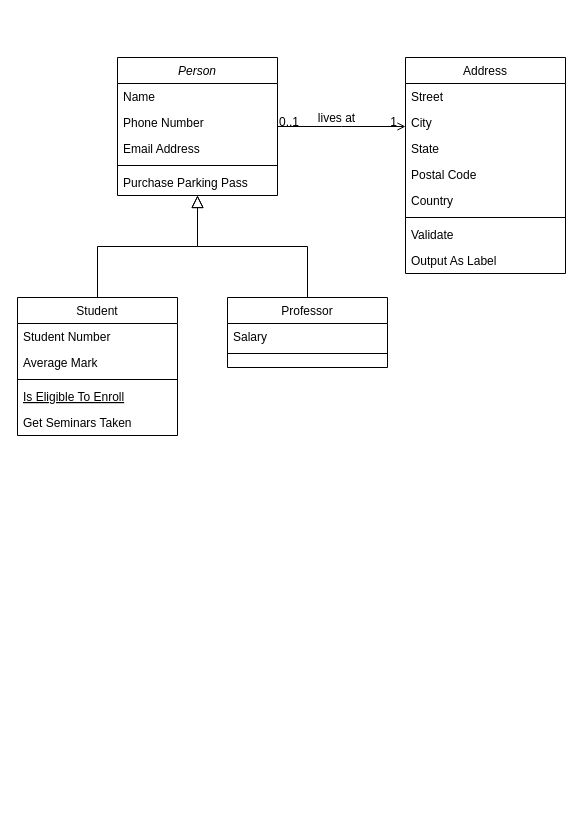
The draw.io diagram Class-Diagram-Perpus-Digital.drawio in mirnatriani/perpus_digital-TEFA, before the edit. Source tidied: cells renumbered, new cells numbered last; positions are measured from the earlier drawing's top-left corner, leaving out a move shared by most shapes. Both pictures are drawn from the tidied source at 100%, with x=0, y=0 at pixel (17, 57).
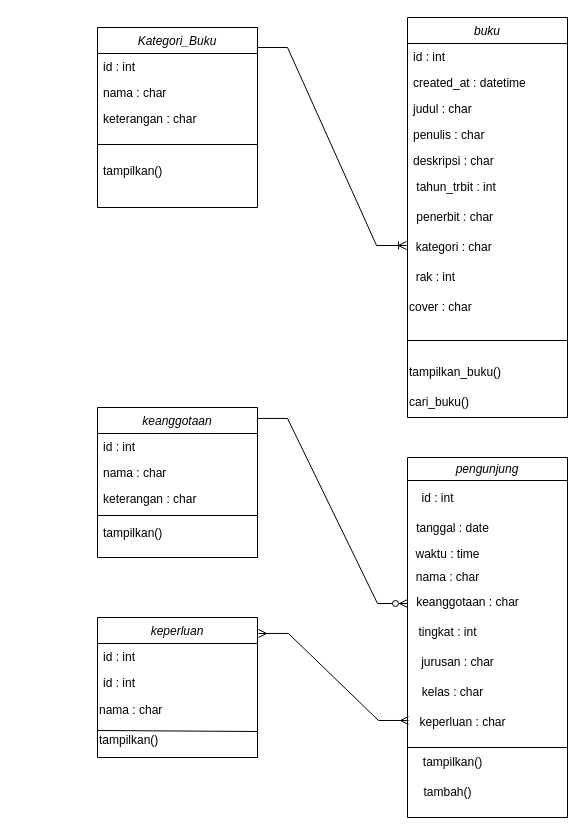
Above is the later version.

Diff of the diagram source:
```diff
@@
-    <mxCell id="2" value="Person" style="swimlane;fontStyle=2;align=center;verticalAlign=top;horizontal=1;startSize=26;rounded=0;shadow=0;strokeWidth=1;" parent="1" vertex="1">
-      <mxGeometry x="100" width="160" height="138" as="geometry" />
+    <mxCell id="2" value="Kategori_Buku" style="swimlane;fontStyle=2;align=center;verticalAlign=top;horizontal=1;startSize=26;rounded=0;shadow=0;strokeWidth=1;" parent="1" vertex="1">
+      <mxGeometry x="80" y="-30" width="160" height="180" as="geometry" />
     </mxCell>
-    <mxCell id="3" value="Name" style="text;align=left;verticalAlign=top;spacingLeft=4;spacingRight=4;overflow=hidden;points=[[0,0.5],[1,0.5]];portConstraint=eastwest;" parent="2" vertex="1">
+    <mxCell id="3" value="id : int" style="text;align=left;verticalAlign=top;spacingLeft=4;spacingRight=4;overflow=hidden;points=[[0,0.5],[1,0.5]];portConstraint=eastwest;" parent="2" vertex="1">
       <mxGeometry y="26" width="160" height="26" as="geometry" />
     </mxCell>
-    <mxCell id="4" value="Phone Number" style="text;align=left;verticalAlign=top;spacingLeft=4;spacingRight=4;overflow=hidden;rounded=0;shadow=0;html=0;" parent="2" vertex="1">
+    <mxCell id="4" value="nama : char" style="text;align=left;verticalAlign=top;spacingLeft=4;spacingRight=4;overflow=hidden;rounded=0;shadow=0;html=0;" parent="2" vertex="1">
       <mxGeometry y="52" width="160" height="26" as="geometry" />
     </mxCell>
-    <mxCell id="5" value="Email Address" style="text;align=left;verticalAlign=top;spacingLeft=4;spacingRight=4;overflow=hidden;rounded=0;shadow=0;html=0;" parent="2" vertex="1">
+    <mxCell id="5" value="keterangan : char" style="text;align=left;verticalAlign=top;spacingLeft=4;spacingRight=4;overflow=hidden;rounded=0;shadow=0;html=0;" parent="2" vertex="1">
       <mxGeometry y="78" width="160" height="26" as="geometry" />
     </mxCell>
     <mxCell id="6" style="line;html=1;strokeWidth=1;align=left;verticalAlign=middle;spacingTop=-1;spacingLeft=3;spacingRight=3;labelPosition=right;" parent="2" vertex="1">
-      <mxGeometry y="104" width="160" height="8" as="geometry" />
+      <mxGeometry y="104" width="160" height="26" as="geometry" />
     </mxCell>
-    <mxCell id="7" value="Purchase Parking Pass" style="text;align=left;verticalAlign=top;spacingLeft=4;spacingRight=4;overflow=hidden;" parent="2" vertex="1">
-      <mxGeometry y="112" width="160" height="26" as="geometry" />
+    <mxCell id="7" value="tampilkan()" style="text;align=left;verticalAlign=top;spacingLeft=4;spacingRight=4;overflow=hidden;" parent="2" vertex="1">
+      <mxGeometry y="130" width="160" height="48" as="geometry" />
     </mxCell>
-    <mxCell id="8" value="Student" style="swimlane;fontStyle=0;align=center;verticalAlign=top;horizontal=1;startSize=26;rounded=0;shadow=0;strokeWidth=1;" parent="1" vertex="1">
-      <mxGeometry y="240" width="160" height="138" as="geometry" />
+    <mxCell id="8" value="keanggotaan" style="swimlane;fontStyle=2;align=center;verticalAlign=top;horizontal=1;startSize=26;rounded=0;shadow=0;strokeWidth=1;" parent="1" vertex="1">
+      <mxGeometry x="80" y="350" width="160" height="150" as="geometry" />
     </mxCell>
-    <mxCell id="9" value="Student Number" style="text;align=left;verticalAlign=top;spacingLeft=4;spacingRight=4;overflow=hidden;" parent="8" vertex="1">
+    <mxCell id="9" value="id : int" style="text;align=left;verticalAlign=top;spacingLeft=4;spacingRight=4;overflow=hidden;" parent="8" vertex="1">
       <mxGeometry y="26" width="160" height="26" as="geometry" />
     </mxCell>
-    <mxCell id="10" value="Average Mark" style="text;align=left;verticalAlign=top;spacingLeft=4;spacingRight=4;overflow=hidden;rounded=0;shadow=0;html=0;" parent="8" vertex="1">
+    <mxCell id="10" value="nama : char" style="text;align=left;verticalAlign=top;spacingLeft=4;spacingRight=4;overflow=hidden;rounded=0;shadow=0;html=0;" parent="8" vertex="1">
       <mxGeometry y="52" width="160" height="26" as="geometry" />
     </mxCell>
+    <mxCell id="12" value="keterangan : char" style="text;align=left;verticalAlign=top;spacingLeft=4;spacingRight=4;overflow=hidden;fontStyle=0;" parent="8" vertex="1">
+      <mxGeometry y="78" width="160" height="26" as="geometry" />
+    </mxCell>
     <mxCell id="11" style="line;html=1;strokeWidth=1;align=left;verticalAlign=middle;spacingTop=-1;spacingLeft=3;spacingRight=3;labelPosition=right;" parent="8" vertex="1">
-      <mxGeometry y="78" width="160" height="8" as="geometry" />
+      <mxGeometry y="104" width="160" height="8" as="geometry" />
     </mxCell>
-    <mxCell id="12" value="Is Eligible To Enroll" style="text;align=left;verticalAlign=top;spacingLeft=4;spacingRight=4;overflow=hidden;fontStyle=4;" parent="8" vertex="1">
-      <mxGeometry y="86" width="160" height="26" as="geometry" />
-    </mxCell>
-    <mxCell id="13" value="Get Seminars Taken" style="text;align=left;verticalAlign=top;spacingLeft=4;spacingRight=4;overflow=hidden;" parent="8" vertex="1">
+    <mxCell id="13" value="tampilkan()" style="text;align=left;verticalAlign=top;spacingLeft=4;spacingRight=4;overflow=hidden;" parent="8" vertex="1">
       <mxGeometry y="112" width="160" height="26" as="geometry" />
     </mxCell>
-    <mxCell id="14" style="endArrow=block;endSize=10;endFill=0;shadow=0;strokeWidth=1;rounded=0;edgeStyle=elbowEdgeStyle;elbow=vertical;" parent="1" edge="1" source="8" target="2">
-      <mxGeometry relative="1" as="geometry" />
-    </mxCell>
-    <mxCell id="15" value="Professor" style="swimlane;fontStyle=0;align=center;verticalAlign=top;horizontal=1;startSize=26;rounded=0;shadow=0;strokeWidth=1;" parent="1" vertex="1">
-      <mxGeometry x="210" y="240" width="160" height="70" as="geometry" />
+    <mxCell id="15" value="keperluan" style="swimlane;fontStyle=2;align=center;verticalAlign=top;horizontal=1;startSize=26;rounded=0;shadow=0;strokeWidth=1;" parent="1" vertex="1">
+      <mxGeometry x="80" y="560" width="160" height="140" as="geometry" />
     </mxCell>
-    <mxCell id="16" value="Salary" style="text;align=left;verticalAlign=top;spacingLeft=4;spacingRight=4;overflow=hidden;" parent="15" vertex="1">
+    <mxCell id="16" value="id : int" style="text;align=left;verticalAlign=top;spacingLeft=4;spacingRight=4;overflow=hidden;" parent="15" vertex="1">
       <mxGeometry y="26" width="160" height="26" as="geometry" />
     </mxCell>
-    <mxCell id="17" style="line;html=1;strokeWidth=1;align=left;verticalAlign=middle;spacingTop=-1;spacingLeft=3;spacingRight=3;labelPosition=right;" parent="15" vertex="1">
-      <mxGeometry y="52" width="160" height="8" as="geometry" />
-    </mxCell>
-    <mxCell id="18" style="endArrow=block;endSize=10;endFill=0;shadow=0;strokeWidth=1;rounded=0;edgeStyle=elbowEdgeStyle;elbow=vertical;" parent="1" edge="1" source="15" target="2">
-      <mxGeometry relative="1" as="geometry" />
-    </mxCell>
+    <mxCell id="32" value="id : int" style="text;align=left;verticalAlign=top;spacingLeft=4;spacingRight=4;overflow=hidden;" parent="15" vertex="1">
+      <mxGeometry y="52" width="160" height="26" as="geometry" />
+    </mxCell>
+    <mxCell id="33" value="nama : char" style="text;html=1;align=left;verticalAlign=middle;strokeColor=none;fillColor=none;" parent="15" vertex="1">
+      <mxGeometry y="78" width="160" height="30" as="geometry" />
+    </mxCell>
+    <mxCell id="34" style="endArrow=none;html=1;rounded=0;entryX=0.988;entryY=1.2;entryDx=0;entryDy=0;entryPerimeter=0;exitX=-0.012;exitY=0.167;exitDx=0;exitDy=0;exitPerimeter=0;" parent="15" edge="1">
+      <mxGeometry relative="1" as="geometry">
+        <mxPoint y="113" as="sourcePoint" />
+        <mxPoint x="160" y="114" as="targetPoint" />
+      </mxGeometry>
+    </mxCell>
+    <mxCell id="35" value="tampilkan()" style="text;html=1;align=left;verticalAlign=middle;strokeColor=none;fillColor=none;" parent="15" vertex="1">
+      <mxGeometry y="108" width="160" height="30" as="geometry" />
+    </mxCell>
-    <mxCell id="19" value="Address" style="swimlane;fontStyle=0;align=center;verticalAlign=top;horizontal=1;startSize=26;rounded=0;shadow=0;strokeWidth=1;" parent="1" vertex="1">
-      <mxGeometry x="388" width="160" height="216" as="geometry" />
+    <mxCell id="19" value="buku" style="swimlane;fontStyle=2;align=center;verticalAlign=top;horizontal=1;startSize=26;rounded=0;shadow=0;strokeWidth=1;" parent="1" vertex="1">
+      <mxGeometry x="390" y="-40" width="160" height="400" as="geometry" />
     </mxCell>
-    <mxCell id="20" value="Street" style="text;align=left;verticalAlign=top;spacingLeft=4;spacingRight=4;overflow=hidden;" parent="19" vertex="1">
+    <mxCell id="20" value="id : int" style="text;align=left;verticalAlign=top;spacingLeft=4;spacingRight=4;overflow=hidden;" parent="19" vertex="1">
       <mxGeometry y="26" width="160" height="26" as="geometry" />
     </mxCell>
-    <mxCell id="21" value="City" style="text;align=left;verticalAlign=top;spacingLeft=4;spacingRight=4;overflow=hidden;rounded=0;shadow=0;html=0;" parent="19" vertex="1">
+    <mxCell id="21" value="created_at : datetime" style="text;align=left;verticalAlign=top;spacingLeft=4;spacingRight=4;overflow=hidden;rounded=0;shadow=0;html=0;" parent="19" vertex="1">
       <mxGeometry y="52" width="160" height="26" as="geometry" />
     </mxCell>
-    <mxCell id="22" value="State" style="text;align=left;verticalAlign=top;spacingLeft=4;spacingRight=4;overflow=hidden;rounded=0;shadow=0;html=0;" parent="19" vertex="1">
+    <mxCell id="22" value="judul : char" style="text;align=left;verticalAlign=top;spacingLeft=4;spacingRight=4;overflow=hidden;rounded=0;shadow=0;html=0;" parent="19" vertex="1">
       <mxGeometry y="78" width="160" height="26" as="geometry" />
     </mxCell>
-    <mxCell id="23" value="Postal Code" style="text;align=left;verticalAlign=top;spacingLeft=4;spacingRight=4;overflow=hidden;rounded=0;shadow=0;html=0;" parent="19" vertex="1">
+    <mxCell id="23" value="penulis : char" style="text;align=left;verticalAlign=top;spacingLeft=4;spacingRight=4;overflow=hidden;rounded=0;shadow=0;html=0;" parent="19" vertex="1">
       <mxGeometry y="104" width="160" height="26" as="geometry" />
     </mxCell>
-    <mxCell id="24" value="Country" style="text;align=left;verticalAlign=top;spacingLeft=4;spacingRight=4;overflow=hidden;rounded=0;shadow=0;html=0;" parent="19" vertex="1">
+    <mxCell id="24" value="deskripsi : char" style="text;align=left;verticalAlign=top;spacingLeft=4;spacingRight=4;overflow=hidden;rounded=0;shadow=0;html=0;" parent="19" vertex="1">
       <mxGeometry y="130" width="160" height="26" as="geometry" />
     </mxCell>
+    <mxCell id="36" value=" tahun_trbit : int" style="text;align=left;verticalAlign=top;strokeColor=none;fillColor=none;spacingLeft=4;" parent="19" vertex="1">
+      <mxGeometry y="156" width="160" height="30" as="geometry" />
+    </mxCell>
+    <mxCell id="37" value=" penerbit : char" style="text;align=left;verticalAlign=top;strokeColor=none;fillColor=none;spacingLeft=4;" parent="19" vertex="1">
+      <mxGeometry y="186" width="160" height="30" as="geometry" />
+    </mxCell>
+    <mxCell id="38" value="&amp;nbsp; kategori : char" style="text;html=1;align=left;verticalAlign=top;points=[];strokeColor=none;fillColor=none;" parent="19" vertex="1">
+      <mxGeometry y="216" width="160" height="30" as="geometry" />
+    </mxCell>
+    <mxCell id="39" value="&amp;nbsp; rak : int" style="text;html=1;align=left;verticalAlign=top;strokeColor=none;fillColor=none;" parent="19" vertex="1">
+      <mxGeometry y="246" width="160" height="30" as="geometry" />
+    </mxCell>
+    <mxCell id="40" value="cover : char" style="text;html=1;align=left;verticalAlign=top;strokeColor=none;fillColor=none;" parent="19" vertex="1">
+      <mxGeometry y="276" width="160" height="30" as="geometry" />
+    </mxCell>
     <mxCell id="25" style="line;html=1;strokeWidth=1;align=left;verticalAlign=middle;spacingTop=-1;spacingLeft=3;spacingRight=3;labelPosition=right;" parent="19" vertex="1">
-      <mxGeometry y="156" width="160" height="8" as="geometry" />
+      <mxGeometry y="306" width="160" height="34" as="geometry" />
     </mxCell>
-    <mxCell id="26" value="Validate" style="text;align=left;verticalAlign=top;spacingLeft=4;spacingRight=4;overflow=hidden;" parent="19" vertex="1">
-      <mxGeometry y="164" width="160" height="26" as="geometry" />
-    </mxCell>
-    <mxCell id="27" value="Output As Label" style="text;align=left;verticalAlign=top;spacingLeft=4;spacingRight=4;overflow=hidden;" parent="19" vertex="1">
-      <mxGeometry y="190" width="160" height="26" as="geometry" />
-    </mxCell>
-    <mxCell id="28" style="endArrow=open;shadow=0;strokeWidth=1;rounded=0;endFill=1;edgeStyle=elbowEdgeStyle;elbow=vertical;" parent="1" edge="1" source="2" target="19">
-      <mxGeometry x="0.5" y="41" relative="1" as="geometry">
-        <mxPoint x="-40" y="32" as="offset" />
-      </mxGeometry>
-    </mxCell>
-    <mxCell id="29" value="0..1" style="align=left;verticalAlign=bottom;labelBackgroundColor=none;fontSize=12;" parent="28" vertex="1">
-      <mxGeometry x="-1" relative="1" as="geometry">
-        <mxPoint y="4" as="offset" />
-      </mxGeometry>
-    </mxCell>
-    <mxCell id="30" value="1" style="align=right;verticalAlign=bottom;labelBackgroundColor=none;fontSize=12;" parent="28" vertex="1">
-      <mxGeometry x="1" relative="1" as="geometry">
-        <mxPoint x="-7" y="4" as="offset" />
-      </mxGeometry>
-    </mxCell>
-    <mxCell id="31" value="lives at" style="text;html=1;align=center;verticalAlign=middle;labelBackgroundColor=none;rounded=0;shadow=0;strokeWidth=1;fontSize=12;" parent="28" vertex="1">
-      <mxGeometry x="0.5" y="49" relative="1" as="geometry">
-        <mxPoint x="-38" y="40" as="offset" />
-      </mxGeometry>
-    </mxCell>
+    <mxCell id="41" value="&lt;div style=&quot;&quot;&gt;&lt;span style=&quot;background-color: initial;&quot;&gt;tampilkan_buku()&lt;/span&gt;&lt;/div&gt;" style="text;html=1;align=left;verticalAlign=middle;strokeColor=none;fillColor=none;" parent="19" vertex="1">
+      <mxGeometry y="340" width="160" height="30" as="geometry" />
+    </mxCell>
+    <mxCell id="42" value="cari_buku()" style="text;html=1;align=left;verticalAlign=middle;strokeColor=none;fillColor=none;" parent="19" vertex="1">
+      <mxGeometry y="370" width="160" height="30" as="geometry" />
+    </mxCell>
+    <mxCell id="43" value="&lt;span style=&quot;font-weight: normal;&quot;&gt;&lt;i&gt;pengunjung&lt;/i&gt;&lt;/span&gt;" style="swimlane;whiteSpace=wrap;html=1;" parent="1" vertex="1">
+      <mxGeometry x="390" y="400" width="160" height="360" as="geometry" />
+    </mxCell>
+    <mxCell id="44" value="id : int" style="text;html=1;align=center;verticalAlign=middle;strokeColor=none;fillColor=none;" parent="43" vertex="1">
+      <mxGeometry y="26" width="60" height="30" as="geometry" />
+    </mxCell>
+    <mxCell id="45" value="tanggal : date" style="text;html=1;align=center;verticalAlign=middle;strokeColor=none;fillColor=none;" parent="43" vertex="1">
+      <mxGeometry x="-5" y="56" width="100" height="30" as="geometry" />
+    </mxCell>
+    <mxCell id="46" value="waktu : time" style="text;html=1;align=center;verticalAlign=middle;strokeColor=none;fillColor=none;" parent="43" vertex="1">
+      <mxGeometry x="-5" y="82" width="90" height="30" as="geometry" />
+    </mxCell>
+    <mxCell id="47" value="nama : char" style="text;html=1;align=center;verticalAlign=middle;strokeColor=none;fillColor=none;" parent="43" vertex="1">
+      <mxGeometry x="-5" y="105" width="90" height="30" as="geometry" />
+    </mxCell>
+    <mxCell id="48" value="keanggotaan : char" style="text;html=1;align=center;verticalAlign=middle;strokeColor=none;fillColor=none;" parent="43" vertex="1">
+      <mxGeometry x="-5" y="130" width="130" height="30" as="geometry" />
+    </mxCell>
+    <mxCell id="49" value="tingkat : int" style="text;html=1;align=center;verticalAlign=middle;strokeColor=none;fillColor=none;" parent="43" vertex="1">
+      <mxGeometry y="160" width="80" height="30" as="geometry" />
+    </mxCell>
+    <mxCell id="50" value="jurusan : char" style="text;html=1;align=center;verticalAlign=middle;strokeColor=none;fillColor=none;" parent="43" vertex="1">
+      <mxGeometry y="190" width="100" height="30" as="geometry" />
+    </mxCell>
+    <mxCell id="51" value="kelas : char" style="text;html=1;align=center;verticalAlign=middle;strokeColor=none;fillColor=none;" parent="43" vertex="1">
+      <mxGeometry x="5" y="220" width="80" height="30" as="geometry" />
+    </mxCell>
+    <mxCell id="52" value="keperluan : char" style="text;html=1;align=center;verticalAlign=middle;points=[];strokeColor=none;fillColor=none;" parent="43" vertex="1">
+      <mxGeometry y="250" width="110" height="30" as="geometry" />
+    </mxCell>
+    <mxCell id="53" value="tampilkan()" style="text;html=1;align=center;verticalAlign=middle;strokeColor=none;fillColor=none;" parent="43" vertex="1">
+      <mxGeometry x="5" y="290" width="80" height="30" as="geometry" />
+    </mxCell>
+    <mxCell id="54" value="tambah()" style="text;html=1;align=center;verticalAlign=middle;strokeColor=none;fillColor=none;" parent="43" vertex="1">
+      <mxGeometry x="5" y="320" width="70" height="30" as="geometry" />
+    </mxCell>
+    <mxCell id="55" style="endArrow=none;html=1;rounded=0;" parent="1" edge="1">
+      <mxGeometry relative="1" as="geometry">
+        <mxPoint x="390" y="690" as="sourcePoint" />
+        <mxPoint x="550" y="690" as="targetPoint" />
+      </mxGeometry>
+    </mxCell>
+    <mxCell id="56" style="edgeStyle=entityRelationEdgeStyle;fontSize=12;html=1;endArrow=ERoneToMany;rounded=0;entryX=-0.006;entryY=0.4;entryDx=0;entryDy=0;entryPerimeter=0;exitX=1;exitY=-0.231;exitDx=0;exitDy=0;exitPerimeter=0;" parent="1" edge="1" source="3" target="38">
+      <mxGeometry relative="1" as="geometry">
+        <Array as="points">
+          <mxPoint x="386" y="120" />
+          <mxPoint x="390" y="190" />
+          <mxPoint x="390" y="150" />
+          <mxPoint x="380" y="180" />
+        </Array>
+      </mxGeometry>
+    </mxCell>
+    <mxCell id="57" style="edgeStyle=entityRelationEdgeStyle;fontSize=12;html=1;endArrow=ERzeroToMany;endFill=1;rounded=0;exitX=1;exitY=0.073;exitDx=0;exitDy=0;exitPerimeter=0;" parent="1" edge="1" source="8">
+      <mxGeometry relative="1" as="geometry">
+        <mxPoint x="390" y="546" as="targetPoint" />
+        <Array as="points">
+          <mxPoint x="160" y="440" />
+        </Array>
+      </mxGeometry>
+    </mxCell>
+    <mxCell id="58" style="edgeStyle=entityRelationEdgeStyle;fontSize=12;html=1;endArrow=ERmany;startArrow=ERmany;rounded=0;entryX=0.009;entryY=0.433;entryDx=0;entryDy=0;entryPerimeter=0;exitX=1.006;exitY=0.114;exitDx=0;exitDy=0;exitPerimeter=0;" parent="1" edge="1" source="15" target="52">
+      <mxGeometry relative="1" as="geometry">
+        <Array as="points">
+          <mxPoint x="170" y="580" />
+          <mxPoint x="170" y="650" />
+          <mxPoint x="160" y="650" />
+          <mxPoint x="280" y="520" />
+        </Array>
+      </mxGeometry>
+    </mxCell>
```
